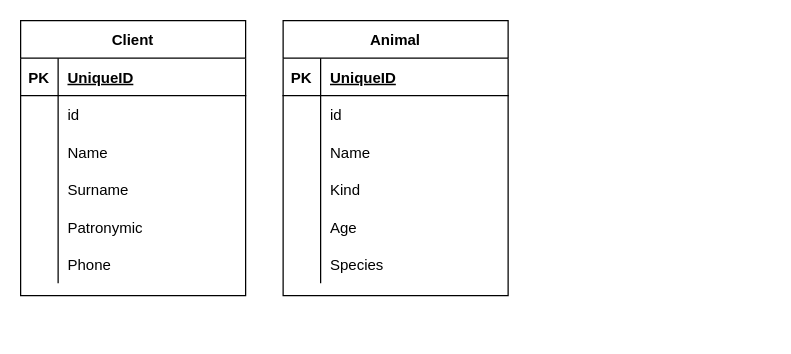
This is Untitled Diagram.drawio from 21shunya/vet, a draw.io file, before an edit. Source tidied: cells renumbered, new cells numbered last; positions are measured from the earlier drawing's top-left corner, leaving out a move shared by most shapes. Both pictures are drawn from the tidied source at 125%, with x=0, y=0 at pixel (20, 20).
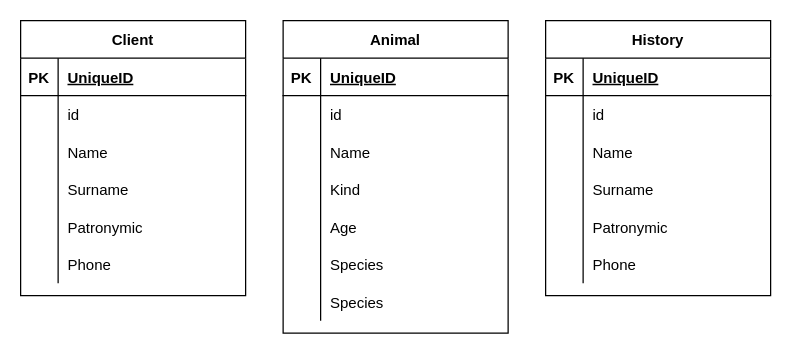
The same page after the edit.

The edit, as a diff of the source:
```diff
@@
     <mxCell id="21" value="Animal" style="shape=table;startSize=30;childLayout=tableLayout;rowLines=0;fontStyle=1;align=center;" parent="1" vertex="1">
-      <mxGeometry x="210" width="180" height="220" as="geometry" />
+      <mxGeometry x="210" width="180" height="250" as="geometry" />
     </mxCell>
@@
+    <mxCell id="40" style="shape=partialRectangle;fillColor=none;top=0;left=0;bottom=0;right=0;" parent="21" vertex="1">
+      <mxGeometry y="210" width="180" height="30" as="geometry" />
+    </mxCell>
+    <mxCell id="41" style="shape=partialRectangle;fillColor=none;top=0;left=0;bottom=0;right=0;overflow=hidden;" parent="40" vertex="1">
+      <mxGeometry width="30" height="30" as="geometry" />
+    </mxCell>
+    <mxCell id="42" value="Species" style="shape=partialRectangle;fillColor=none;top=0;left=0;bottom=0;right=0;align=left;spacingLeft=6;overflow=hidden;" parent="40" vertex="1">
+      <mxGeometry x="30" width="150" height="30" as="geometry" />
+    </mxCell>
+    <mxCell id="43" value="History" style="shape=table;startSize=30;childLayout=tableLayout;rowLines=0;fontStyle=1;align=center;" parent="1" vertex="1">
+      <mxGeometry x="420" width="180" height="220" as="geometry" />
+    </mxCell>
+    <mxCell id="44" style="shape=partialRectangle;fillColor=none;top=0;left=0;bottom=1;right=0;" parent="43" vertex="1">
+      <mxGeometry y="30" width="180" height="30" as="geometry" />
+    </mxCell>
+    <mxCell id="45" value="PK" style="shape=partialRectangle;fillColor=none;top=0;left=0;bottom=0;right=0;fontStyle=1;overflow=hidden;" parent="44" vertex="1">
+      <mxGeometry width="30" height="30" as="geometry" />
+    </mxCell>
+    <mxCell id="46" value="UniqueID" style="shape=partialRectangle;fillColor=none;top=0;left=0;bottom=0;right=0;align=left;spacingLeft=6;fontStyle=5;overflow=hidden;" parent="44" vertex="1">
+      <mxGeometry x="30" width="150" height="30" as="geometry" />
+    </mxCell>
+    <mxCell id="47" style="shape=partialRectangle;fillColor=none;top=0;left=0;bottom=0;right=0;" parent="43" vertex="1">
+      <mxGeometry y="60" width="180" height="30" as="geometry" />
+    </mxCell>
+    <mxCell id="48" style="shape=partialRectangle;fillColor=none;top=0;left=0;bottom=0;right=0;overflow=hidden;" parent="47" vertex="1">
+      <mxGeometry width="30" height="30" as="geometry" />
+    </mxCell>
+    <mxCell id="49" value="id" style="shape=partialRectangle;fillColor=none;top=0;left=0;bottom=0;right=0;align=left;spacingLeft=6;overflow=hidden;" parent="47" vertex="1">
+      <mxGeometry x="30" width="150" height="30" as="geometry" />
+    </mxCell>
+    <mxCell id="50" style="shape=partialRectangle;fillColor=none;top=0;left=0;bottom=0;right=0;" parent="43" vertex="1">
+      <mxGeometry y="90" width="180" height="30" as="geometry" />
+    </mxCell>
+    <mxCell id="51" style="shape=partialRectangle;fillColor=none;top=0;left=0;bottom=0;right=0;overflow=hidden;" parent="50" vertex="1">
+      <mxGeometry width="30" height="30" as="geometry" />
+    </mxCell>
+    <mxCell id="52" value="Name" style="shape=partialRectangle;fillColor=none;top=0;left=0;bottom=0;right=0;align=left;spacingLeft=6;overflow=hidden;" parent="50" vertex="1">
+      <mxGeometry x="30" width="150" height="30" as="geometry" />
+    </mxCell>
+    <mxCell id="53" style="shape=partialRectangle;fillColor=none;top=0;left=0;bottom=0;right=0;" parent="43" vertex="1">
+      <mxGeometry y="120" width="180" height="30" as="geometry" />
+    </mxCell>
+    <mxCell id="54" style="shape=partialRectangle;fillColor=none;top=0;left=0;bottom=0;right=0;overflow=hidden;" parent="53" vertex="1">
+      <mxGeometry width="30" height="30" as="geometry" />
+    </mxCell>
+    <mxCell id="55" value="Surname" style="shape=partialRectangle;fillColor=none;top=0;left=0;bottom=0;right=0;align=left;spacingLeft=6;overflow=hidden;" parent="53" vertex="1">
+      <mxGeometry x="30" width="150" height="30" as="geometry" />
+    </mxCell>
+    <mxCell id="56" style="shape=partialRectangle;fillColor=none;top=0;left=0;bottom=0;right=0;" parent="43" vertex="1">
+      <mxGeometry y="150" width="180" height="30" as="geometry" />
+    </mxCell>
+    <mxCell id="57" style="shape=partialRectangle;fillColor=none;top=0;left=0;bottom=0;right=0;overflow=hidden;" parent="56" vertex="1">
+      <mxGeometry width="30" height="30" as="geometry" />
+    </mxCell>
+    <mxCell id="58" value="Patronymic" style="shape=partialRectangle;fillColor=none;top=0;left=0;bottom=0;right=0;align=left;spacingLeft=6;overflow=hidden;" parent="56" vertex="1">
+      <mxGeometry x="30" width="150" height="30" as="geometry" />
+    </mxCell>
+    <mxCell id="59" style="shape=partialRectangle;fillColor=none;top=0;left=0;bottom=0;right=0;" parent="43" vertex="1">
+      <mxGeometry y="180" width="180" height="30" as="geometry" />
+    </mxCell>
+    <mxCell id="60" style="shape=partialRectangle;fillColor=none;top=0;left=0;bottom=0;right=0;overflow=hidden;" parent="59" vertex="1">
+      <mxGeometry width="30" height="30" as="geometry" />
+    </mxCell>
+    <mxCell id="61" value="Phone" style="shape=partialRectangle;fillColor=none;top=0;left=0;bottom=0;right=0;align=left;spacingLeft=6;overflow=hidden;" parent="59" vertex="1">
+      <mxGeometry x="30" width="150" height="30" as="geometry" />
+    </mxCell>
```
